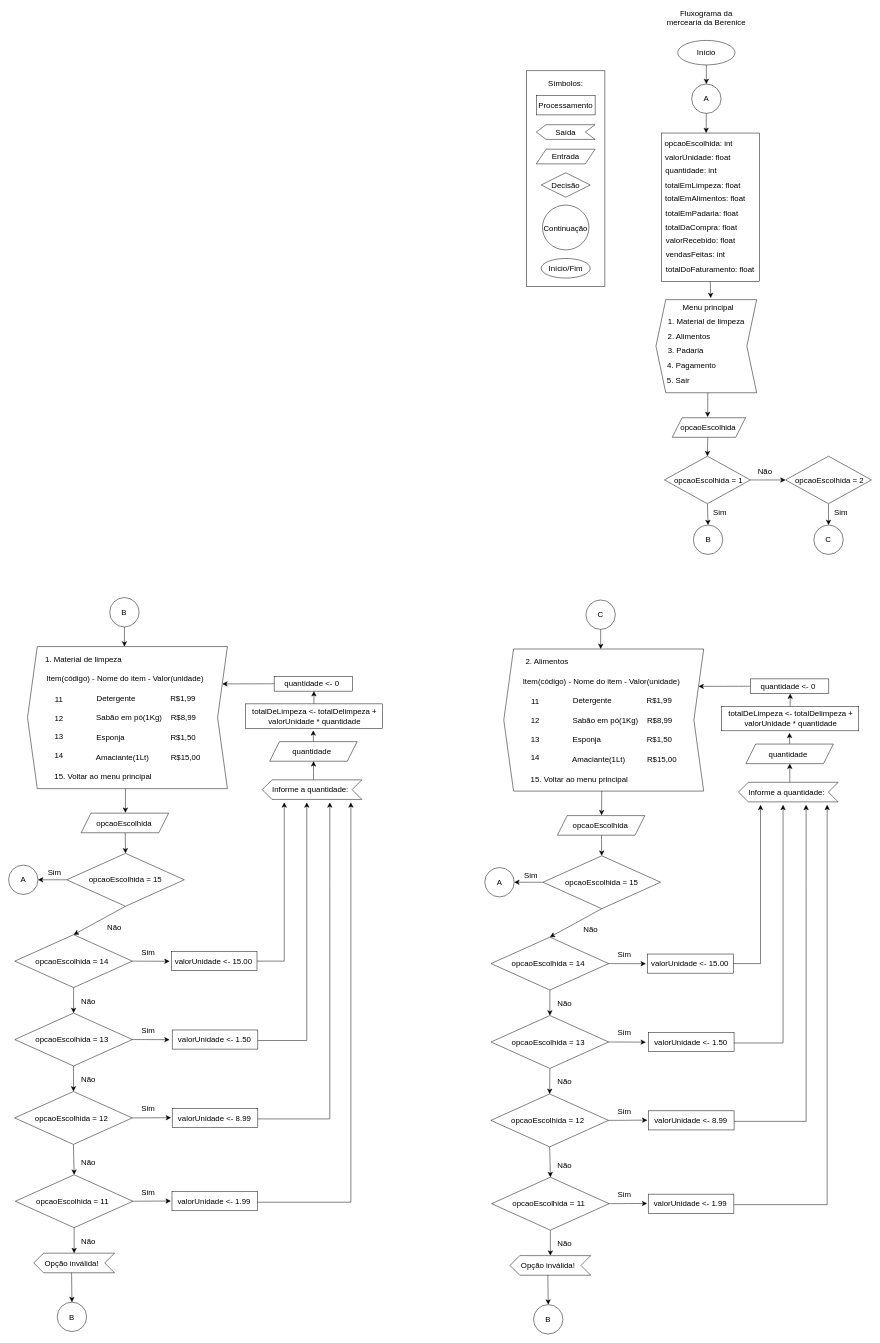
This is docs/berenice-flowchart.drawio from gabrielruizmb/berenice-grocery, a draw.io file, before an edit. Source tidied: cells renumbered, new cells numbered last; positions are measured from the earlier drawing's top-left corner, leaving out a move shared by most shapes. Both pictures are drawn from the tidied source at 49%, with x=0, y=0 at pixel (8, 10).
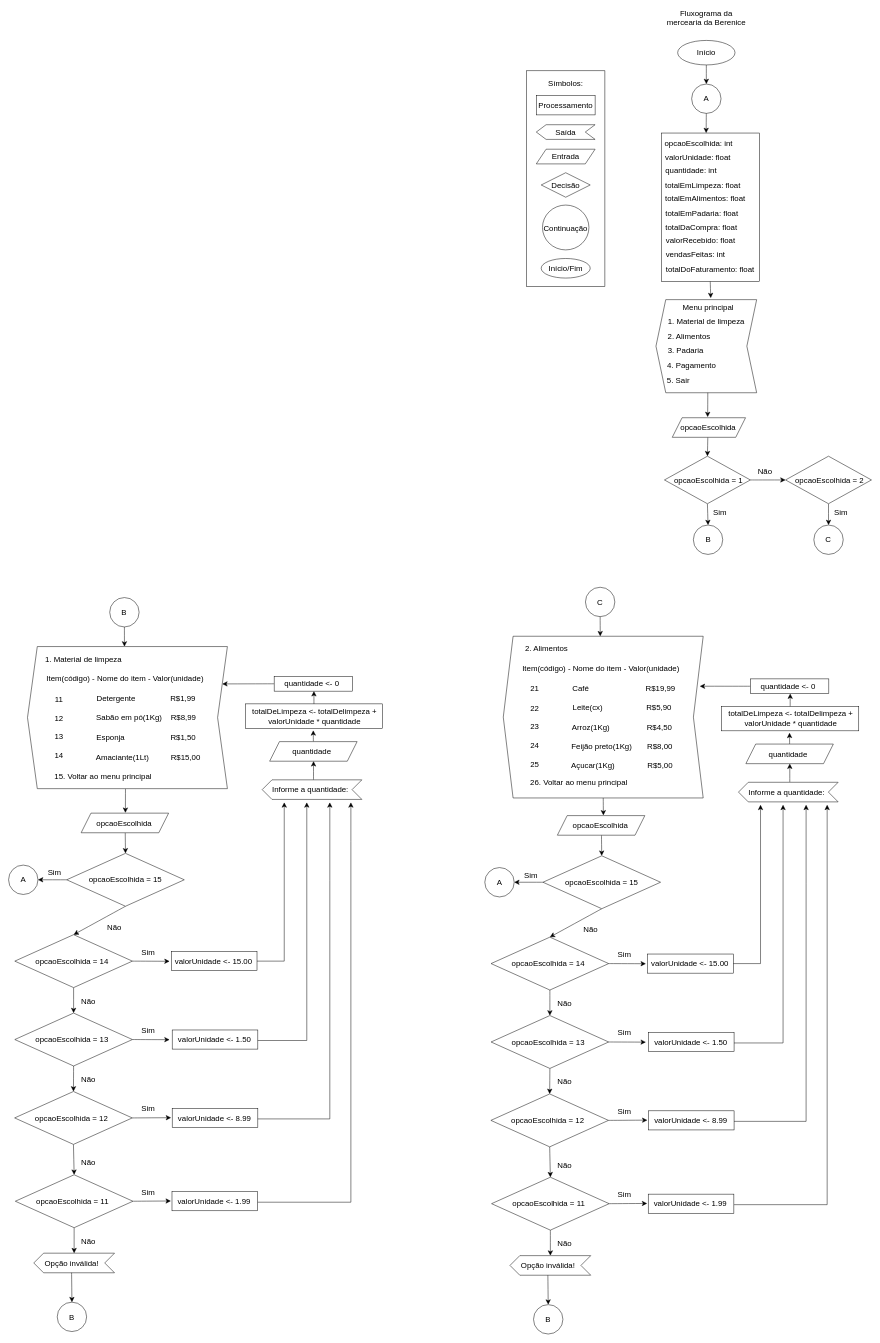
The same diagram, later.

Unchanged cells that the change refers to:
```xml
<mxCell id="132" style="rounded=0;whiteSpace=wrap;html=1;" parent="1" vertex="1">
  <mxGeometry x="1514" y="1364" width="160" height="30" as="geometry" />
</mxCell>
<mxCell id="152" style="shape=parallelogram;perimeter=parallelogramPerimeter;whiteSpace=wrap;html=1;fixedSize=1;" parent="1" vertex="1">
  <mxGeometry x="1120" y="1643" width="178.5" height="40" as="geometry" />
</mxCell>
```

Diff of the diagram source:
```diff
@@
-    <mxCell id="131" style="edgeStyle=none;curved=1;rounded=0;jettySize=auto;html=1;exitX=0;exitY=0.5;exitDx=0;exitDy=0;fontSize=12;startSize=8;endSize=8;entryX=0;entryY=0.75;entryDx=0;entryDy=0;" parent="1" edge="1" source="132" target="142">
+    <mxCell id="131" style="edgeStyle=none;curved=1;rounded=0;jettySize=auto;html=1;exitX=0;exitY=0.5;exitDx=0;exitDy=0;fontSize=12;startSize=8;endSize=8;entryX=0.017;entryY=0.691;entryDx=0;entryDy=0;entryPerimeter=0;" parent="1" edge="1" source="132" target="142">
       <mxGeometry relative="1" as="geometry" />
     </mxCell>
@@
-    <mxCell id="141" style="edgeStyle=none;curved=1;rounded=0;orthogonalLoop=1;jettySize=auto;html=1;exitX=0.5;exitY=0;exitDx=0;exitDy=0;entryX=0.552;entryY=-0.017;entryDx=0;entryDy=0;fontSize=12;startSize=8;endSize=8;entryPerimeter=0;" parent="1" edge="1">
-      <mxGeometry relative="1" as="geometry">
-        <mxPoint x="1210.6" y="1593" as="sourcePoint" />
-        <mxPoint x="1210.3" y="1642.3" as="targetPoint" />
-      </mxGeometry>
-    </mxCell>
     <mxCell id="142" style="shape=step;perimeter=stepPerimeter;whiteSpace=wrap;html=1;fixedSize=1;direction=west;" parent="1" vertex="1">
-      <mxGeometry x="1010.6" y="1303" width="408" height="290" as="geometry" />
+      <mxGeometry x="1009.6" y="1277" width="408" height="330" as="geometry" />
     </mxCell>
     <mxCell id="143" value="2. Alimentos" style="text;strokeColor=none;fillColor=none;html=1;align=center;verticalAlign=middle;whiteSpace=wrap;rounded=0;fontSize=16;" parent="1" vertex="1">
-      <mxGeometry x="1044.8" y="1313" width="107.8" height="30" as="geometry" />
+      <mxGeometry x="1043.8" y="1287" width="107.8" height="30" as="geometry" />
     </mxCell>
     <mxCell id="144" value="Item(código) - Nome do item - Valor(unidade)" style="text;strokeColor=none;fillColor=none;html=1;align=center;verticalAlign=middle;whiteSpace=wrap;rounded=0;fontSize=16;" parent="1" vertex="1">
-      <mxGeometry x="1044.8" y="1353" width="330" height="30" as="geometry" />
+      <mxGeometry x="1043.8" y="1327" width="330" height="30" as="geometry" />
     </mxCell>
-    <mxCell id="145" value="11&lt;div&gt;&lt;br&gt;&lt;div&gt;&lt;div&gt;12&lt;/div&gt;&lt;div&gt;&lt;br&gt;&lt;/div&gt;&lt;div&gt;13&lt;/div&gt;&lt;div&gt;&lt;br&gt;&lt;/div&gt;&lt;div&gt;14&lt;/div&gt;&lt;/div&gt;&lt;/div&gt;" style="text;strokeColor=none;fillColor=none;html=1;align=center;verticalAlign=middle;whiteSpace=wrap;rounded=0;fontSize=16;" parent="1" vertex="1">
-      <mxGeometry x="1044.8" y="1413" width="60" height="110" as="geometry" />
+    <mxCell id="145" value="21&lt;div&gt;&lt;br&gt;&lt;div&gt;&lt;div&gt;22&lt;/div&gt;&lt;div&gt;&lt;br&gt;&lt;/div&gt;&lt;div&gt;23&lt;/div&gt;&lt;div&gt;&lt;br&gt;&lt;/div&gt;&lt;div&gt;24&lt;/div&gt;&lt;/div&gt;&lt;/div&gt;&lt;div&gt;&lt;br&gt;&lt;/div&gt;&lt;div&gt;25&lt;/div&gt;" style="text;strokeColor=none;fillColor=none;html=1;align=center;verticalAlign=middle;whiteSpace=wrap;rounded=0;fontSize=16;" parent="1" vertex="1">
+      <mxGeometry x="1043.8" y="1369.5" width="60" height="182.5" as="geometry" />
     </mxCell>
-    <mxCell id="146" value="15. Voltar ao menu principal" style="text;strokeColor=none;fillColor=none;html=1;align=center;verticalAlign=middle;whiteSpace=wrap;rounded=0;fontSize=16;" parent="1" vertex="1">
-      <mxGeometry x="1059.8" y="1553" width="210" height="30" as="geometry" />
+    <mxCell id="146" value="26. Voltar ao menu principal" style="text;strokeColor=none;fillColor=none;html=1;align=center;verticalAlign=middle;whiteSpace=wrap;rounded=0;fontSize=16;" parent="1" vertex="1">
+      <mxGeometry x="1058.8" y="1561" width="210" height="30" as="geometry" />
     </mxCell>
-    <mxCell id="147" value="Detergente&amp;nbsp; &amp;nbsp; &amp;nbsp; &amp;nbsp; &amp;nbsp; &amp;nbsp; &amp;nbsp; &amp;nbsp; R$1,99" style="text;strokeColor=none;fillColor=none;html=1;align=center;verticalAlign=middle;whiteSpace=wrap;rounded=0;fontSize=16;" parent="1" vertex="1">
-      <mxGeometry x="1137.8" y="1393" width="230" height="30" as="geometry" />
+    <mxCell id="147" value="Café&amp;nbsp; &amp;nbsp; &amp;nbsp; &amp;nbsp; &amp;nbsp; &amp;nbsp; &amp;nbsp; &amp;nbsp; &amp;nbsp; &amp;nbsp; &amp;nbsp; &amp;nbsp; &amp;nbsp; R$19,99" style="text;strokeColor=none;fillColor=none;html=1;align=center;verticalAlign=middle;whiteSpace=wrap;rounded=0;fontSize=16;" parent="1" vertex="1">
+      <mxGeometry x="1140.8" y="1368" width="230" height="30" as="geometry" />
     </mxCell>
-    <mxCell id="148" value="Sabão em pó(1Kg)&amp;nbsp; &amp;nbsp; R$8,99" style="text;strokeColor=none;fillColor=none;html=1;align=center;verticalAlign=middle;whiteSpace=wrap;rounded=0;fontSize=16;" parent="1" vertex="1">
-      <mxGeometry x="1137.8" y="1433" width="230" height="30" as="geometry" />
+    <mxCell id="148" value="Leite(cx)&amp;nbsp; &amp;nbsp; &amp;nbsp; &amp;nbsp; &amp;nbsp; &amp;nbsp; &amp;nbsp; &amp;nbsp; &amp;nbsp; &amp;nbsp; R$5,90&amp;nbsp; &amp;nbsp;" style="text;strokeColor=none;fillColor=none;html=1;align=center;verticalAlign=middle;whiteSpace=wrap;rounded=0;fontSize=16;" parent="1" vertex="1">
+      <mxGeometry x="1143.8" y="1407" width="230" height="30" as="geometry" />
     </mxCell>
-    <mxCell id="149" value="Esponja&amp;nbsp; &amp;nbsp; &amp;nbsp; &amp;nbsp; &amp;nbsp; &amp;nbsp; &amp;nbsp; &amp;nbsp; &amp;nbsp; &amp;nbsp; &amp;nbsp;&lt;span style=&quot;background-color: initial;&quot;&gt;R$1,50&lt;/span&gt;" style="text;strokeColor=none;fillColor=none;html=1;align=center;verticalAlign=middle;whiteSpace=wrap;rounded=0;fontSize=16;" parent="1" vertex="1">
-      <mxGeometry x="1137.8" y="1473" width="230" height="30" as="geometry" />
+    <mxCell id="149" value="Arroz(1Kg)&amp;nbsp; &amp;nbsp; &amp;nbsp; &amp;nbsp; &amp;nbsp; &amp;nbsp; &amp;nbsp; &amp;nbsp; &amp;nbsp;&lt;span style=&quot;background-color: initial;&quot;&gt;R$4,50&lt;/span&gt;" style="text;strokeColor=none;fillColor=none;html=1;align=center;verticalAlign=middle;whiteSpace=wrap;rounded=0;fontSize=16;" parent="1" vertex="1">
+      <mxGeometry x="1136.8" y="1447" width="230" height="30" as="geometry" />
     </mxCell>
-    <mxCell id="150" value="Amaciante(1Lt)&amp;nbsp; &amp;nbsp; &amp;nbsp; &amp;nbsp; &amp;nbsp; R$15,00" style="text;strokeColor=none;fillColor=none;html=1;align=center;verticalAlign=middle;whiteSpace=wrap;rounded=0;fontSize=16;" parent="1" vertex="1">
-      <mxGeometry x="1135.8" y="1513" width="242" height="30" as="geometry" />
+    <mxCell id="150" value="Feijão preto(1Kg)&amp;nbsp; &amp;nbsp; &amp;nbsp; &amp;nbsp;R$8,00" style="text;strokeColor=none;fillColor=none;html=1;align=center;verticalAlign=middle;whiteSpace=wrap;rounded=0;fontSize=16;" parent="1" vertex="1">
+      <mxGeometry x="1130.8" y="1487" width="242" height="30" as="geometry" />
     </mxCell>
@@
     <mxCell id="204" style="ellipse;whiteSpace=wrap;html=1;" parent="1" vertex="1">
-      <mxGeometry x="1178.3" y="1203" width="60" height="60" as="geometry" />
+      <mxGeometry x="1177.3" y="1177" width="60" height="60" as="geometry" />
     </mxCell>
     <mxCell id="205" value="C" style="text;strokeColor=none;fillColor=none;html=1;align=center;verticalAlign=middle;whiteSpace=wrap;rounded=0;fontSize=16;" parent="1" vertex="1">
-      <mxGeometry x="1178.3" y="1218" width="60" height="30" as="geometry" />
+      <mxGeometry x="1177.3" y="1192" width="60" height="30" as="geometry" />
     </mxCell>
@@
+    <mxCell id="214" value="Açucar(1Kg)&amp;nbsp; &amp;nbsp; &amp;nbsp; &amp;nbsp; &amp;nbsp; &amp;nbsp; &amp;nbsp; &amp;nbsp;&lt;span style=&quot;background-color: initial;&quot;&gt;R$5,00&lt;/span&gt;" style="text;strokeColor=none;fillColor=none;html=1;align=center;verticalAlign=middle;whiteSpace=wrap;rounded=0;fontSize=16;" parent="1" vertex="1">
+      <mxGeometry x="1136.8" y="1525" width="230" height="30" as="geometry" />
+    </mxCell>
+    <mxCell id="215" style="edgeStyle=none;curved=1;rounded=0;jettySize=auto;html=1;exitX=0.5;exitY=0;exitDx=0;exitDy=0;entryX=0.526;entryY=-0.012;entryDx=0;entryDy=0;entryPerimeter=0;fontSize=12;startSize=8;endSize=8;" parent="1" edge="1" source="142" target="152">
+      <mxGeometry relative="1" as="geometry" />
+    </mxCell>
```
